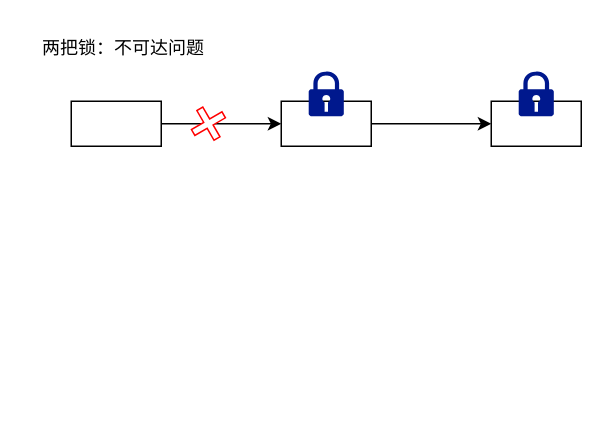
zhengjiezxxy/zhengjie.github.io keeps this draw.io diagram as lazy list.drawio. Above is the earlier version. Source tidied: cells renumbered, new cells numbered last; positions are measured from the earlier drawing's top-left corner, leaving out a move shared by most shapes. Both pictures are drawn from the tidied source at 150%, with x=0, y=0 at pixel (26, 26).
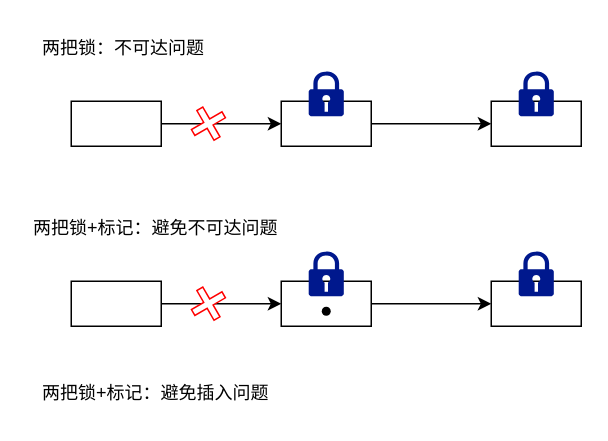
After the change.

Change to the diagram source:
```diff
@@
+    <mxCell id="11" value="两把锁+标记：避免不可达问题" style="text;html=1;align=center;verticalAlign=middle;whiteSpace=wrap;rounded=0;" parent="1" vertex="1">
+      <mxGeometry x="2.9" y="120" width="167.1" height="30" as="geometry" />
+    </mxCell>
+    <mxCell id="12" style="edgeStyle=orthogonalEdgeStyle;rounded=0;jettySize=auto;html=1;" parent="1" edge="1" source="13" target="15">
+      <mxGeometry relative="1" as="geometry" />
+    </mxCell>
+    <mxCell id="13" style="rounded=0;whiteSpace=wrap;html=1;" parent="1" vertex="1">
+      <mxGeometry x="30" y="170" width="60" height="30" as="geometry" />
+    </mxCell>
+    <mxCell id="14" style="edgeStyle=orthogonalEdgeStyle;rounded=0;jettySize=auto;html=1;" parent="1" edge="1" source="15" target="16">
+      <mxGeometry relative="1" as="geometry" />
+    </mxCell>
+    <mxCell id="15" style="rounded=0;whiteSpace=wrap;html=1;" parent="1" vertex="1">
+      <mxGeometry x="170" y="170" width="60" height="30" as="geometry" />
+    </mxCell>
+    <mxCell id="16" style="rounded=0;whiteSpace=wrap;html=1;" parent="1" vertex="1">
+      <mxGeometry x="310" y="170" width="60" height="30" as="geometry" />
+    </mxCell>
+    <mxCell id="17" style="sketch=0;shadow=0;dashed=0;html=1;strokeColor=none;labelPosition=center;verticalLabelPosition=bottom;verticalAlign=top;align=center;fillColor=#00188D;shape=mxgraph.mscae.enterprise.lock;" parent="1" vertex="1">
+      <mxGeometry x="188.3" y="150" width="23.4" height="30" as="geometry" />
+    </mxCell>
+    <mxCell id="18" style="shape=cross;whiteSpace=wrap;html=1;rotation=60;strokeColor=#FF0000;" parent="1" vertex="1">
+      <mxGeometry x="110" y="173.2" width="22.9" height="23.5" as="geometry" />
+    </mxCell>
+    <mxCell id="19" style="shape=waypoint;sketch=0;fillStyle=solid;size=6;fillColor=none;perimeter=centerPerimeter;" parent="1" vertex="1">
+      <mxGeometry x="190" y="180" width="20" height="20" as="geometry" />
+    </mxCell>
+    <mxCell id="20" style="sketch=0;shadow=0;dashed=0;html=1;strokeColor=none;labelPosition=center;verticalLabelPosition=bottom;verticalAlign=top;align=center;fillColor=#00188D;shape=mxgraph.mscae.enterprise.lock;" parent="1" vertex="1">
+      <mxGeometry x="328.3" y="150" width="23.4" height="30" as="geometry" />
+    </mxCell>
+    <mxCell id="21" value="两把锁+标记：避免插入问题" style="text;html=1;align=center;verticalAlign=middle;whiteSpace=wrap;rounded=0;" parent="1" vertex="1">
+      <mxGeometry x="2.9" y="230" width="167.1" height="30" as="geometry" />
+    </mxCell>
```
